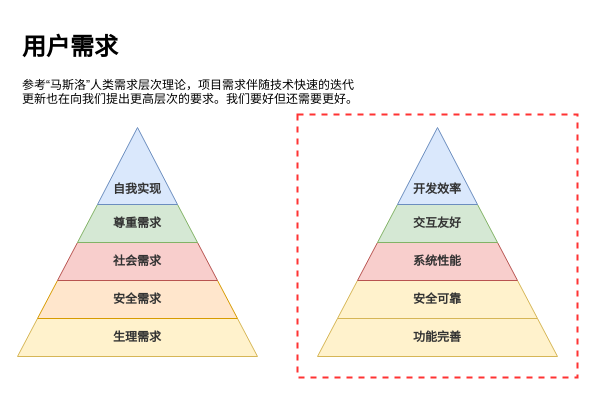
Above: 低代码—用户需求.drawio in tangyaosimida/love (draw.io), before the change. Source tidied: cells renumbered, new cells numbered last; positions are measured from the earlier drawing's top-left corner, leaving out a move shared by most shapes. Both pictures are drawn from the tidied source at 100%, with x=0, y=0 at pixel (17, 27).
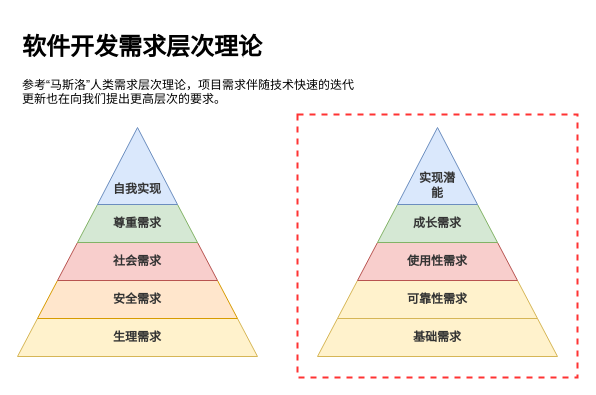
The same page after the edit.

Commit message:
更新低代码—用户需求.drawio

What changed in the source:
```diff
@@
 <mxGraphModel>
   <root>
     <mxCell id="0" />
     <mxCell id="1" parent="0" />
     <mxCell id="2" style="rounded=0;whiteSpace=wrap;html=1;fillColor=none;dashed=1;strokeColor=#FF3333;strokeWidth=2;" parent="1" vertex="1">
       <mxGeometry x="280" y="87" width="280" height="263" as="geometry" />
     </mxCell>
-    <mxCell id="3" value="&lt;h1&gt;用户需求&lt;/h1&gt;&lt;div&gt;参考“马斯洛”人类需求层次理论，项目需求伴随技术快速的迭代更新也在向我们提出更高层次的要求。我们要好但还需要更好。&lt;/div&gt;" style="text;html=1;spacing=5;spacingTop=-20;whiteSpace=wrap;overflow=hidden;rounded=0;" parent="1" vertex="1">
+    <mxCell id="3" value="&lt;h1&gt;软件开发需求层次理论&lt;/h1&gt;&lt;div&gt;参考“马斯洛”人类需求层次理论，项目需求伴随技术快速的迭代更新也在向我们提出更高层次的要求。&lt;/div&gt;" style="text;html=1;spacing=5;spacingTop=-20;whiteSpace=wrap;overflow=hidden;rounded=0;" parent="1" vertex="1">
       <mxGeometry width="350" height="100" as="geometry" />
     </mxCell>
     <mxCell id="4" value="生理需求" style="shape=trapezoid;perimeter=trapezoidPerimeter;whiteSpace=wrap;html=1;fixedSize=1;fillColor=#fff2cc;strokeColor=#d6b656;fontStyle=1;fontColor=#333333;fontSize=12;" parent="1" vertex="1">
       <mxGeometry y="291" width="240" height="38" as="geometry" />
     </mxCell>
     <mxCell id="5" value="安全需求" style="shape=trapezoid;perimeter=trapezoidPerimeter;whiteSpace=wrap;html=1;fixedSize=1;fillColor=#ffe6cc;strokeColor=#d79b00;fontStyle=1;fontColor=#333333;fontSize=12;" parent="1" vertex="1">
       <mxGeometry x="20" y="253" width="200" height="38" as="geometry" />
     </mxCell>
     <mxCell id="6" value="社会需求" style="shape=trapezoid;perimeter=trapezoidPerimeter;whiteSpace=wrap;html=1;fixedSize=1;fillColor=#f8cecc;strokeColor=#b85450;fontStyle=1;fontColor=#333333;fontSize=12;" parent="1" vertex="1">
       <mxGeometry x="40" y="215" width="160" height="38" as="geometry" />
     </mxCell>
     <mxCell id="7" value="尊重需求" style="shape=trapezoid;perimeter=trapezoidPerimeter;whiteSpace=wrap;html=1;fixedSize=1;fillColor=#d5e8d4;strokeColor=#82b366;fontStyle=1;fontColor=#333333;fontSize=12;" parent="1" vertex="1">
       <mxGeometry x="60" y="177" width="120" height="38" as="geometry" />
     </mxCell>
     <mxCell id="8" style="verticalLabelPosition=bottom;verticalAlign=top;html=1;shape=mxgraph.basic.acute_triangle;dx=0.5;fillColor=#dae8fc;strokeColor=#6c8ebf;fontColor=#333333;" parent="1" vertex="1">
       <mxGeometry x="80" y="100" width="80" height="77" as="geometry" />
     </mxCell>
-    <mxCell id="9" value="功能完善" style="shape=trapezoid;perimeter=trapezoidPerimeter;whiteSpace=wrap;html=1;fixedSize=1;fillColor=#fff2cc;strokeColor=#d6b656;fontStyle=1;fontColor=#333333;fontSize=12;" parent="1" vertex="1">
+    <mxCell id="9" value="基础需求" style="shape=trapezoid;perimeter=trapezoidPerimeter;whiteSpace=wrap;html=1;fixedSize=1;fillColor=#fff2cc;strokeColor=#d6b656;fontStyle=1;fontColor=#333333;fontSize=12;" parent="1" vertex="1">
       <mxGeometry x="300" y="291" width="240" height="38" as="geometry" />
     </mxCell>
-    <mxCell id="10" value="安全可靠" style="shape=trapezoid;perimeter=trapezoidPerimeter;whiteSpace=wrap;html=1;fixedSize=1;fillColor=#fff2cc;strokeColor=#d6b656;fontStyle=1;fontColor=#333333;fontSize=12;" parent="1" vertex="1">
+    <mxCell id="10" value="可靠性需求" style="shape=trapezoid;perimeter=trapezoidPerimeter;whiteSpace=wrap;html=1;fixedSize=1;fillColor=#fff2cc;strokeColor=#d6b656;fontStyle=1;fontColor=#333333;fontSize=12;" parent="1" vertex="1">
       <mxGeometry x="320" y="253" width="200" height="38" as="geometry" />
     </mxCell>
-    <mxCell id="11" value="系统性能" style="shape=trapezoid;perimeter=trapezoidPerimeter;whiteSpace=wrap;html=1;fixedSize=1;fillColor=#f8cecc;strokeColor=#b85450;fontStyle=1;fontColor=#333333;fontSize=12;" parent="1" vertex="1">
+    <mxCell id="11" value="使用性需求" style="shape=trapezoid;perimeter=trapezoidPerimeter;whiteSpace=wrap;html=1;fixedSize=1;fillColor=#f8cecc;strokeColor=#b85450;fontStyle=1;fontColor=#333333;fontSize=12;" parent="1" vertex="1">
       <mxGeometry x="340" y="215" width="160" height="38" as="geometry" />
     </mxCell>
-    <mxCell id="12" value="交互友好" style="shape=trapezoid;perimeter=trapezoidPerimeter;whiteSpace=wrap;html=1;fixedSize=1;fillColor=#d5e8d4;strokeColor=#82b366;fontStyle=1;fontColor=#333333;fontSize=12;" parent="1" vertex="1">
+    <mxCell id="12" value="成长需求" style="shape=trapezoid;perimeter=trapezoidPerimeter;whiteSpace=wrap;html=1;fixedSize=1;fillColor=#d5e8d4;strokeColor=#82b366;fontStyle=1;fontColor=#333333;fontSize=12;" parent="1" vertex="1">
       <mxGeometry x="360" y="177" width="120" height="38" as="geometry" />
     </mxCell>
     <mxCell id="13" style="verticalLabelPosition=bottom;verticalAlign=top;html=1;shape=mxgraph.basic.acute_triangle;dx=0.5;fillColor=#dae8fc;strokeColor=#6c8ebf;fontColor=#333333;" parent="1" vertex="1">
       <mxGeometry x="380" y="100" width="80" height="77" as="geometry" />
     </mxCell>
     <mxCell id="14" value="自我实现" style="text;html=1;align=center;verticalAlign=middle;whiteSpace=wrap;rounded=0;fontStyle=1;fontColor=#333333;fontSize=12;" parent="1" vertex="1">
       <mxGeometry x="90" y="147" width="60" height="30" as="geometry" />
     </mxCell>
-    <mxCell id="15" value="开发效率" style="text;html=1;align=center;verticalAlign=middle;whiteSpace=wrap;rounded=0;fontStyle=1;fontColor=#333333;fontSize=12;" parent="1" vertex="1">
-      <mxGeometry x="390" y="147" width="60" height="30" as="geometry" />
+    <mxCell id="15" value="实现潜能" style="text;html=1;align=center;verticalAlign=middle;whiteSpace=wrap;rounded=0;fontStyle=1;fontColor=#333333;fontSize=12;" parent="1" vertex="1">
+      <mxGeometry x="400" y="143" width="40" height="30" as="geometry" />
     </mxCell>
   </root>
 </mxGraphModel>
```
